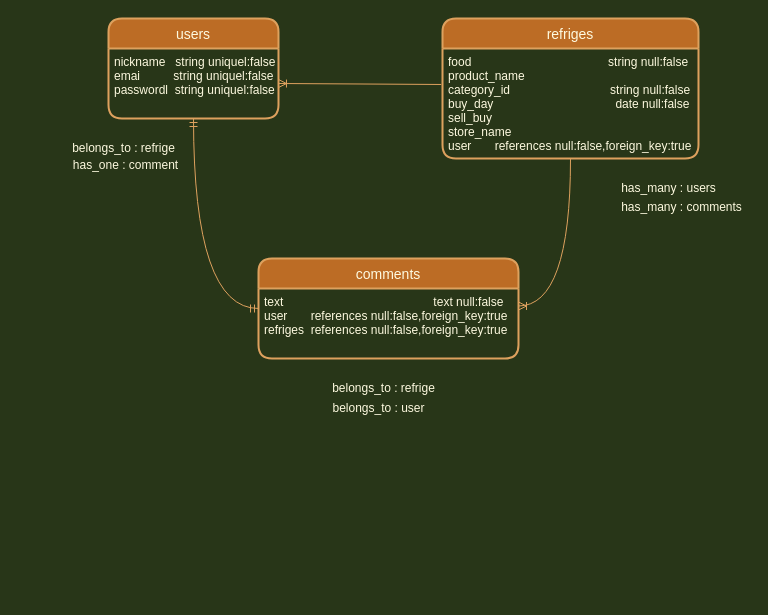
Above: reico-32076.dio in 0204ito/reico-32076 (draw.io), before the change. Source tidied: cells renumbered, new cells numbered last; positions are measured from the earlier drawing's top-left corner, leaving out a move shared by most shapes. Both pictures are drawn from the tidied source at 100%, with x=0, y=0 at pixel (63, 18).
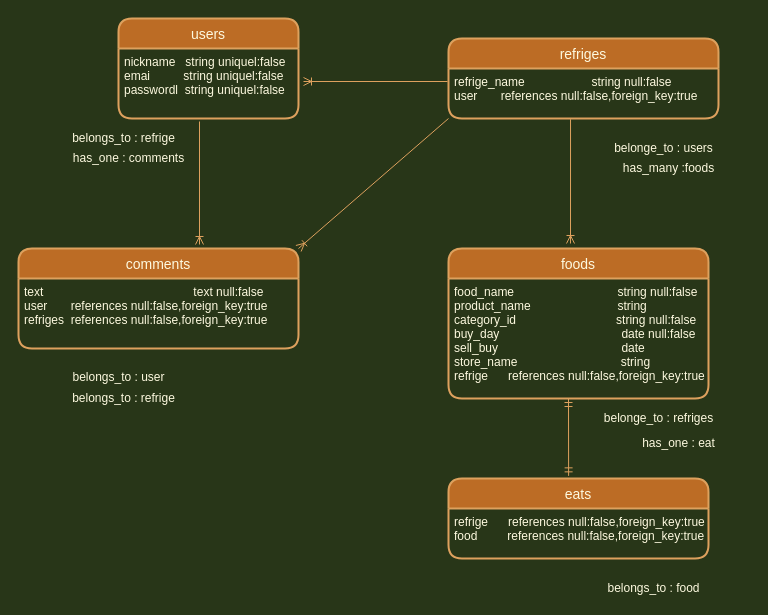
After the change.

Change to the diagram source:
```diff
@@
-    <mxCell id="2" style="fontSize=12;html=1;endArrow=ERoneToMany;entryX=1;entryY=0.5;entryDx=0;entryDy=0;exitX=-0.005;exitY=0.327;exitDx=0;exitDy=0;exitPerimeter=0;strokeColor=#DDA15E;fontColor=#FEFAE0;labelBackgroundColor=#283618;" parent="1" edge="1" source="8" target="6">
-      <mxGeometry relative="1" as="geometry" />
+    <mxCell id="2" style="fontSize=12;html=1;endArrow=ERoneToMany;strokeColor=#DDA15E;fontColor=#FEFAE0;labelBackgroundColor=#283618;" parent="1" edge="1">
+      <mxGeometry relative="1" as="geometry">
+        <mxPoint x="384" y="63" as="sourcePoint" />
+        <mxPoint x="240" y="63" as="targetPoint" />
+      </mxGeometry>
     </mxCell>
-    <mxCell id="3" style="fontSize=12;html=1;endArrow=ERoneToMany;entryX=1;entryY=0.25;entryDx=0;entryDy=0;exitX=0.5;exitY=1;exitDx=0;exitDy=0;edgeStyle=orthogonalEdgeStyle;curved=1;strokeColor=#DDA15E;fontColor=#FEFAE0;labelBackgroundColor=#283618;" parent="1" edge="1" source="8" target="10">
+    <mxCell id="3" style="fontSize=12;html=1;endArrow=ERoneToMany;strokeColor=#DDA15E;fontColor=#FEFAE0;exitX=0;exitY=1;exitDx=0;exitDy=0;entryX=1;entryY=0;entryDx=0;entryDy=0;labelBackgroundColor=#283618;" parent="1" edge="1" source="27" target="9">
       <mxGeometry relative="1" as="geometry" />
     </mxCell>
-    <mxCell id="4" style="fontSize=12;html=1;endArrow=ERmandOne;startArrow=ERmandOne;entryX=0.5;entryY=1;entryDx=0;entryDy=0;exitX=0;exitY=0.5;exitDx=0;exitDy=0;edgeStyle=orthogonalEdgeStyle;curved=1;strokeColor=#DDA15E;fontColor=#FEFAE0;labelBackgroundColor=#283618;" parent="1" edge="1" source="9" target="6">
-      <mxGeometry relative="1" as="geometry" />
-    </mxCell>
-    <mxCell id="5" value="users" style="swimlane;horizontal=1;startSize=30;rounded=1;fontSize=14;fontStyle=0;strokeWidth=2;shadow=0;dashed=0;align=center;fillColor=#BC6C25;strokeColor=#DDA15E;fontColor=#FEFAE0;" parent="1" vertex="1">
-      <mxGeometry x="45" width="170" height="100" as="geometry" />
-    </mxCell>
-    <mxCell id="6" value="nickname   string uniquel:false&#10;emai          string uniquel:false&#10;passwordl  string uniquel:false&#10;" style="align=left;strokeColor=none;fillColor=none;spacingLeft=4;fontSize=12;verticalAlign=top;fontColor=#FEFAE0;" parent="5" vertex="1">
-      <mxGeometry y="30" width="170" height="70" as="geometry" />
-    </mxCell>
-    <mxCell id="7" value="refriges" style="swimlane;horizontal=1;startSize=30;rounded=1;fontSize=14;fontStyle=0;strokeWidth=2;shadow=0;dashed=0;align=center;fillColor=#BC6C25;strokeColor=#DDA15E;fontColor=#FEFAE0;" parent="1" vertex="1">
-      <mxGeometry x="379" width="256" height="140" as="geometry" />
-    </mxCell>
-    <mxCell id="8" value="food                                         string null:false&#10;product_name&#10;category_id                              string null:false    &#10;buy_day                  　               date null:false&#10;sell_buy&#10;store_name&#10;user       references null:false,foreign_key:true" style="align=left;strokeColor=none;fillColor=none;spacingLeft=4;fontSize=12;verticalAlign=top;fontColor=#FEFAE0;" parent="7" vertex="1">
-      <mxGeometry y="30" width="256" height="110" as="geometry" />
-    </mxCell>
-    <mxCell id="9" value="comments" style="swimlane;horizontal=1;startSize=30;rounded=1;fontSize=14;fontStyle=0;strokeWidth=2;shadow=0;dashed=0;align=center;fillColor=#BC6C25;strokeColor=#DDA15E;fontColor=#FEFAE0;" parent="1" vertex="1">
-      <mxGeometry x="195" y="240" width="260" height="100" as="geometry" />
-    </mxCell>
-    <mxCell id="10" value="text                                             text null:false&#10;user       references null:false,foreign_key:true&#10;refriges  references null:false,foreign_key:true" style="align=left;strokeColor=none;fillColor=none;spacingLeft=4;fontSize=12;verticalAlign=top;fontColor=#FEFAE0;" parent="9" vertex="1">
-      <mxGeometry y="30" width="260" height="70" as="geometry" />
-    </mxCell>
-    <mxCell id="11" value="has_many : users" style="text;html=1;align=center;verticalAlign=middle;fontColor=#FEFAE0;" parent="1" vertex="1">
-      <mxGeometry x="550" y="160" width="110" height="20" as="geometry" />
+    <mxCell id="11" value="belonge_to : users" style="text;html=1;align=center;verticalAlign=middle;fontColor=#FEFAE0;" parent="1" vertex="1">
+      <mxGeometry x="545" y="120" width="110" height="20" as="geometry" />
     </mxCell>
     <mxCell id="12" value="belongs_to : refrige" style="text;html=1;align=center;verticalAlign=middle;fontColor=#FEFAE0;" parent="1" vertex="1">
-      <mxGeometry y="120" width="120" height="20" as="geometry" />
+      <mxGeometry y="110" width="120" height="20" as="geometry" />
     </mxCell>
-    <mxCell id="13" value="has_many : comments" style="text;html=1;align=center;verticalAlign=middle;fontColor=#FEFAE0;" parent="1" vertex="1">
-      <mxGeometry x="548" y="179" width="140" height="20" as="geometry" />
+    <mxCell id="13" value="has_many :foods" style="text;html=1;align=center;verticalAlign=middle;fontColor=#FEFAE0;" parent="1" vertex="1">
+      <mxGeometry x="550" y="140" width="110" height="20" as="geometry" />
     </mxCell>
     <mxCell id="14" value="belongs_to : refrige" style="text;html=1;align=center;verticalAlign=middle;fontColor=#FEFAE0;" parent="1" vertex="1">
-      <mxGeometry x="260" y="360" width="120" height="20" as="geometry" />
+      <mxGeometry y="370" width="120" height="20" as="geometry" />
     </mxCell>
-    <mxCell id="15" value="has_one : comment" style="text;html=1;align=center;verticalAlign=middle;fontColor=#FEFAE0;" parent="1" vertex="1">
-      <mxGeometry x="2" y="137" width="120" height="20" as="geometry" />
+    <mxCell id="15" value="has_one : comments" style="text;html=1;align=center;verticalAlign=middle;fontColor=#FEFAE0;" parent="1" vertex="1">
+      <mxGeometry y="130" width="130" height="20" as="geometry" />
     </mxCell>
     <mxCell id="16" value="belongs_to : user" style="text;html=1;align=center;verticalAlign=middle;fontColor=#FEFAE0;" parent="1" vertex="1">
-      <mxGeometry x="260" y="380" width="110" height="20" as="geometry" />
+      <mxGeometry y="349" width="110" height="20" as="geometry" />
     </mxCell>
+    <mxCell id="17" value="foods" style="swimlane;horizontal=1;startSize=30;rounded=1;fontSize=14;fontStyle=0;strokeWidth=2;shadow=0;dashed=0;align=center;fillColor=#BC6C25;strokeColor=#DDA15E;fontColor=#FEFAE0;" parent="1" vertex="1">
+      <mxGeometry x="385" y="230" width="260" height="150" as="geometry" />
+    </mxCell>
+    <mxCell id="18" value="food_name                               string null:false&#10;product_name                          string&#10;category_id                              string null:false    &#10;buy_day                  　               date null:false&#10;sell_buy                                     date &#10;store_name                               string&#10;refrige      references null:false,foreign_key:true" style="align=left;strokeColor=none;fillColor=none;spacingLeft=4;fontSize=12;verticalAlign=top;fontColor=#FEFAE0;" parent="17" vertex="1">
+      <mxGeometry y="30" width="260" height="120" as="geometry" />
+    </mxCell>
+    <mxCell id="19" style="fontSize=12;html=1;endArrow=ERoneToMany;labelBackgroundColor=#283618;strokeColor=#DDA15E;fontColor=#FEFAE0;" parent="1" edge="1">
+      <mxGeometry relative="1" as="geometry">
+        <mxPoint x="136" y="103" as="sourcePoint" />
+        <mxPoint x="136" y="226" as="targetPoint" />
+      </mxGeometry>
+    </mxCell>
+    <mxCell id="20" style="fontSize=12;html=1;endArrow=ERoneToMany;exitX=0.452;exitY=1.014;exitDx=0;exitDy=0;exitPerimeter=0;labelBackgroundColor=#283618;strokeColor=#DDA15E;fontColor=#FEFAE0;" parent="1" edge="1" source="27">
+      <mxGeometry relative="1" as="geometry">
+        <mxPoint x="507" y="225" as="targetPoint" />
+      </mxGeometry>
+    </mxCell>
+    <mxCell id="9" value="comments" style="swimlane;horizontal=1;startSize=30;rounded=1;fontSize=14;fontStyle=0;strokeWidth=2;shadow=0;dashed=0;align=center;fillColor=#BC6C25;strokeColor=#DDA15E;fontColor=#FEFAE0;" parent="1" vertex="1">
+      <mxGeometry x="-45" y="230" width="280" height="100" as="geometry" />
+    </mxCell>
+    <mxCell id="10" value="text                                             text null:false&#10;user       references null:false,foreign_key:true&#10;refriges  references null:false,foreign_key:true" style="align=left;strokeColor=none;fillColor=none;spacingLeft=4;fontSize=12;verticalAlign=top;fontColor=#FEFAE0;" parent="9" vertex="1">
+      <mxGeometry y="30" width="280" height="70" as="geometry" />
+    </mxCell>
+    <mxCell id="21" value="eats" style="swimlane;horizontal=1;startSize=30;rounded=1;fontSize=14;fontStyle=0;strokeWidth=2;shadow=0;dashed=0;align=center;fillColor=#BC6C25;strokeColor=#DDA15E;fontColor=#FEFAE0;" parent="1" vertex="1">
+      <mxGeometry x="385" y="460" width="260" height="80" as="geometry" />
+    </mxCell>
+    <mxCell id="22" value="refrige      references null:false,foreign_key:true&#10;food         references null:false,foreign_key:true" style="align=left;strokeColor=none;fillColor=none;spacingLeft=4;fontSize=12;verticalAlign=top;fontColor=#FEFAE0;" parent="21" vertex="1">
+      <mxGeometry y="30" width="260" height="50" as="geometry" />
+    </mxCell>
+    <mxCell id="23" style="fontSize=12;html=1;endArrow=ERmandOne;startArrow=ERmandOne;exitX=0.462;exitY=-0.033;exitDx=0;exitDy=0;exitPerimeter=0;labelBackgroundColor=#283618;strokeColor=#DDA15E;fontColor=#FEFAE0;" parent="1" edge="1" source="21">
+      <mxGeometry relative="1" as="geometry">
+        <mxPoint x="505" y="380" as="targetPoint" />
+      </mxGeometry>
+    </mxCell>
+    <mxCell id="24" value="&lt;span style=&quot;color: rgb(254 , 250 , 224)&quot;&gt;belonge_to : refriges&lt;/span&gt;" style="text;html=1;align=center;verticalAlign=middle;fontColor=#FEFAE0;" parent="1" vertex="1">
+      <mxGeometry x="535" y="390" width="120" height="20" as="geometry" />
+    </mxCell>
+    <mxCell id="25" value="has_one : eat" style="text;html=1;align=center;verticalAlign=middle;fontColor=#FEFAE0;" parent="1" vertex="1">
+      <mxGeometry x="570" y="415" width="90" height="20" as="geometry" />
+    </mxCell>
+    <mxCell id="26" value="belongs_to : food" style="text;html=1;align=center;verticalAlign=middle;fontColor=#FEFAE0;" parent="1" vertex="1">
+      <mxGeometry x="535" y="560" width="110" height="20" as="geometry" />
+    </mxCell>
+    <mxCell id="5" value="users" style="swimlane;horizontal=1;startSize=30;rounded=1;fontSize=14;fontStyle=0;strokeWidth=2;shadow=0;dashed=0;align=center;fillColor=#BC6C25;strokeColor=#DDA15E;fontColor=#FEFAE0;" parent="1" vertex="1">
+      <mxGeometry x="55" width="180" height="100" as="geometry" />
+    </mxCell>
+    <mxCell id="6" value="nickname   string uniquel:false&#10;emai          string uniquel:false&#10;passwordl  string uniquel:false&#10;" style="align=left;strokeColor=none;fillColor=none;spacingLeft=4;fontSize=12;verticalAlign=top;fontColor=#FEFAE0;" parent="5" vertex="1">
+      <mxGeometry y="30" width="180" height="70" as="geometry" />
+    </mxCell>
+    <mxCell id="7" value="refriges" style="swimlane;horizontal=1;startSize=30;rounded=1;fontSize=14;fontStyle=0;strokeWidth=2;shadow=0;dashed=0;align=center;fillColor=#BC6C25;strokeColor=#DDA15E;fontColor=#FEFAE0;" parent="1" vertex="1">
+      <mxGeometry x="385" y="20" width="270" height="80" as="geometry" />
+    </mxCell>
+    <mxCell id="27" value="refrige_name                    string null:false&#10;user       references null:false,foreign_key:true" style="align=left;strokeColor=none;fillColor=none;spacingLeft=4;fontSize=12;verticalAlign=top;fontColor=#FEFAE0;" parent="7" vertex="1">
+      <mxGeometry y="30" width="270" height="50" as="geometry" />
+    </mxCell>
```
